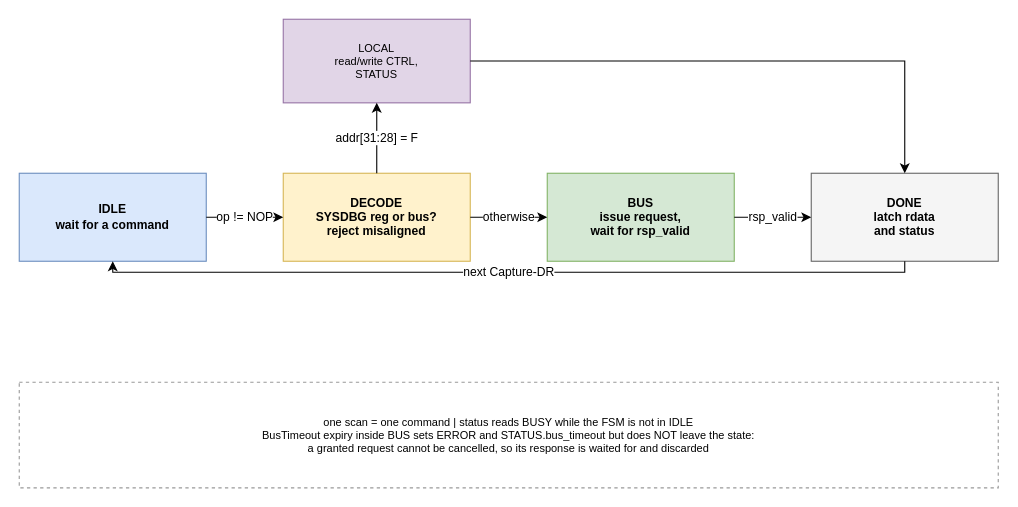
Before: page "SYSDBG command FSM" (3 of 5) of doc/drawio/QNSC_SYSDBG_Design.drawio in quynhonsemiconductor/vlsi_deep_training, a draw.io diagram. Source tidied: cells renumbered, new cells numbered last; positions are measured from the earlier drawing's top-left corner, leaving out a move shared by most shapes. Both pictures are drawn from the tidied source at 110%, with x=0, y=0 at pixel (19, 19).
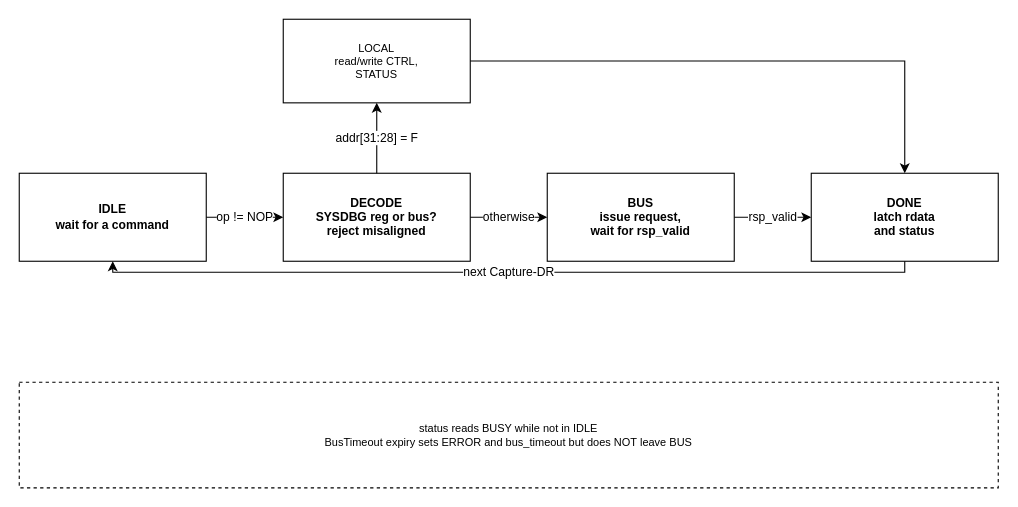
The same diagram, later.

What changed in the source:
```diff
@@
 <mxGraphModel>
   <root>
     <mxCell id="0" />
     <mxCell id="1" parent="0" />
-    <mxCell id="2" value="IDLE&#10;wait for a command" style="rounded=0;whiteSpace=wrap;html=1;fillColor=#dae8fc;strokeColor=#6c8ebf;fontSize=11;dashed=0;fontStyle=1;verticalAlign=middle;" parent="1" vertex="1">
+    <mxCell id="2" value="IDLE&#10;wait for a command" style="rounded=0;whiteSpace=wrap;html=1;fillColor=#ffffff;strokeColor=#000000;fontSize=11;dashed=0;fontStyle=1;verticalAlign=middle;" parent="1" vertex="1">
       <mxGeometry y="140" width="170" height="80" as="geometry" />
     </mxCell>
-    <mxCell id="3" value="DECODE&#10;SYSDBG reg or bus?&#10;reject misaligned" style="rounded=0;whiteSpace=wrap;html=1;fillColor=#fff2cc;strokeColor=#d6b656;fontSize=11;dashed=0;fontStyle=1;verticalAlign=middle;" parent="1" vertex="1">
+    <mxCell id="3" value="DECODE&#10;SYSDBG reg or bus?&#10;reject misaligned" style="rounded=0;whiteSpace=wrap;html=1;fillColor=#ffffff;strokeColor=#000000;fontSize=11;dashed=0;fontStyle=1;verticalAlign=middle;" parent="1" vertex="1">
       <mxGeometry x="240" y="140" width="170" height="80" as="geometry" />
     </mxCell>
-    <mxCell id="4" value="LOCAL&#10;read/write CTRL,&#10;STATUS" style="rounded=0;whiteSpace=wrap;html=1;fillColor=#e1d5e7;strokeColor=#9673a6;fontSize=10;dashed=0;verticalAlign=middle;" parent="1" vertex="1">
+    <mxCell id="4" value="LOCAL&#10;read/write CTRL,&#10;STATUS" style="rounded=0;whiteSpace=wrap;html=1;fillColor=#ffffff;strokeColor=#000000;fontSize=10;dashed=0;verticalAlign=middle;" parent="1" vertex="1">
       <mxGeometry x="240" width="170" height="76" as="geometry" />
     </mxCell>
-    <mxCell id="5" value="BUS&#10;issue request,&#10;wait for rsp_valid" style="rounded=0;whiteSpace=wrap;html=1;fillColor=#d5e8d4;strokeColor=#82b366;fontSize=11;dashed=0;fontStyle=1;verticalAlign=middle;" parent="1" vertex="1">
+    <mxCell id="5" value="BUS&#10;issue request,&#10;wait for rsp_valid" style="rounded=0;whiteSpace=wrap;html=1;fillColor=#ffffff;strokeColor=#000000;fontSize=11;dashed=0;fontStyle=1;verticalAlign=middle;" parent="1" vertex="1">
       <mxGeometry x="480" y="140" width="170" height="80" as="geometry" />
     </mxCell>
-    <mxCell id="6" value="DONE&#10;latch rdata&#10;and status" style="rounded=0;whiteSpace=wrap;html=1;fillColor=#f5f5f5;strokeColor=#666666;fontSize=11;dashed=0;fontStyle=1;verticalAlign=middle;" parent="1" vertex="1">
+    <mxCell id="6" value="DONE&#10;latch rdata&#10;and status" style="rounded=0;whiteSpace=wrap;html=1;fillColor=#ffffff;strokeColor=#000000;fontSize=11;dashed=0;fontStyle=1;verticalAlign=middle;" parent="1" vertex="1">
       <mxGeometry x="720" y="140" width="170" height="80" as="geometry" />
     </mxCell>
-    <mxCell id="7" value="one scan = one command   |   status reads BUSY while the FSM is not in IDLE&#10;BusTimeout expiry inside BUS sets ERROR and STATUS.bus_timeout but does NOT leave the state:&#10;a granted request cannot be cancelled, so its response is waited for and discarded" style="rounded=0;whiteSpace=wrap;html=1;fillColor=none;strokeColor=#999999;fontSize=10;dashed=1;verticalAlign=middle;" parent="1" vertex="1">
+    <mxCell id="7" value="status reads BUSY while not in IDLE&#10;BusTimeout expiry sets ERROR and bus_timeout but does NOT leave BUS" style="rounded=0;whiteSpace=wrap;html=1;fillColor=none;strokeColor=#000000;fontSize=10;dashed=1;verticalAlign=middle;" parent="1" vertex="1">
       <mxGeometry y="330" width="890" height="96" as="geometry" />
     </mxCell>
     <mxCell id="8" value="op != NOP" style="edgeStyle=orthogonalEdgeStyle;rounded=0;html=1;exitX=1.0;exitY=0.5;entryX=0.0;entryY=0.5;exitDx=0;exitDy=0;entryDx=0;entryDy=0;" parent="1" edge="1" source="2" target="3">
       <mxGeometry relative="1" as="geometry" />
     </mxCell>
     <mxCell id="9" value="addr[31:28] = F" style="edgeStyle=orthogonalEdgeStyle;rounded=0;html=1;exitX=0.5;exitY=0.0;entryX=0.5;entryY=1.0;exitDx=0;exitDy=0;entryDx=0;entryDy=0;" parent="1" edge="1" source="3" target="4">
       <mxGeometry relative="1" as="geometry" />
     </mxCell>
     <mxCell id="10" value="otherwise" style="edgeStyle=orthogonalEdgeStyle;rounded=0;html=1;exitX=1.0;exitY=0.5;entryX=0.0;entryY=0.5;exitDx=0;exitDy=0;entryDx=0;entryDy=0;" parent="1" edge="1" source="3" target="5">
       <mxGeometry relative="1" as="geometry" />
     </mxCell>
     <mxCell id="11" style="edgeStyle=orthogonalEdgeStyle;rounded=0;html=1;exitX=1.0;exitY=0.5;entryX=0.5;entryY=0.0;exitDx=0;exitDy=0;entryDx=0;entryDy=0;" parent="1" edge="1" source="4" target="6">
       <mxGeometry relative="1" as="geometry" />
     </mxCell>
     <mxCell id="12" value="rsp_valid" style="edgeStyle=orthogonalEdgeStyle;rounded=0;html=1;exitX=1.0;exitY=0.5;entryX=0.0;entryY=0.5;exitDx=0;exitDy=0;entryDx=0;entryDy=0;" parent="1" edge="1" source="5" target="6">
       <mxGeometry relative="1" as="geometry" />
     </mxCell>
     <mxCell id="13" value="next Capture-DR" style="edgeStyle=orthogonalEdgeStyle;rounded=0;html=1;exitX=0.5;exitY=1.0;entryX=0.5;entryY=1.0;exitDx=0;exitDy=0;entryDx=0;entryDy=0;" parent="1" edge="1" source="6" target="2">
       <mxGeometry relative="1" as="geometry" />
     </mxCell>
   </root>
 </mxGraphModel>
```
